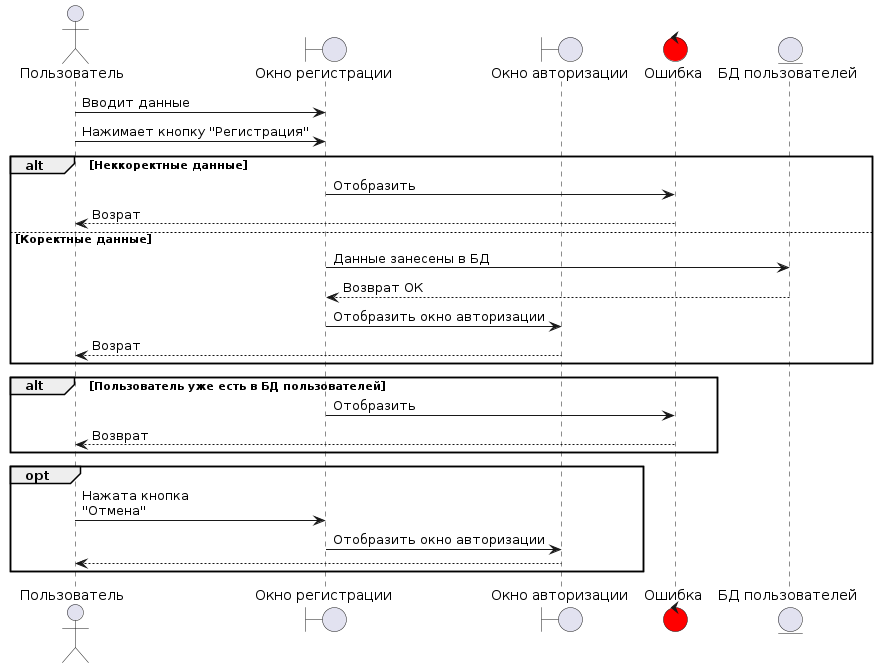
Earlier version of the PlantUML export Diagrams/images/sequence/registr.png (Student7751/CourseWork).
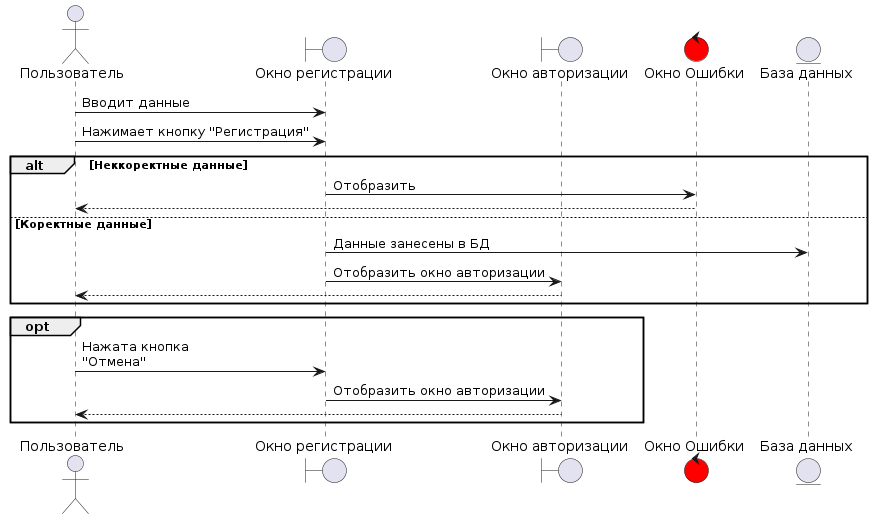
The same diagram one commit later.

The edit, as a diff of the source:
```diff
@@ -4,28 +4,21 @@
 boundary registration as "Окно регистрации"
 boundary autorisation as "Окно авторизации"
 
-control display_error as "Ошибка" #red
+control display_error as "Окно Ошибки" #red
 
-entity users_BD as "БД пользователей"
+entity users_BD as "База данных"
 
 user -> registration : Вводит данные
 user -> registration : Нажимает кнопку ''Регистрация''
 
 alt Неккоректные данные
     registration -> display_error : Отобразить
-    display_error --> user : Возрат
+    display_error --> user
 
 else Коректные данные
     registration -> users_BD : Данные занесены в БД
-    users_BD --> registration : Возврат ОК
-
     registration -> autorisation : Отобразить окно авторизации
-    autorisation --> user : Возрат
-end
-
-alt Пользователь уже есть в БД пользователей
-    registration -> display_error : Отобразить
-    display_error --> user : Возврат
+    autorisation --> user
 end
 
 opt
```
